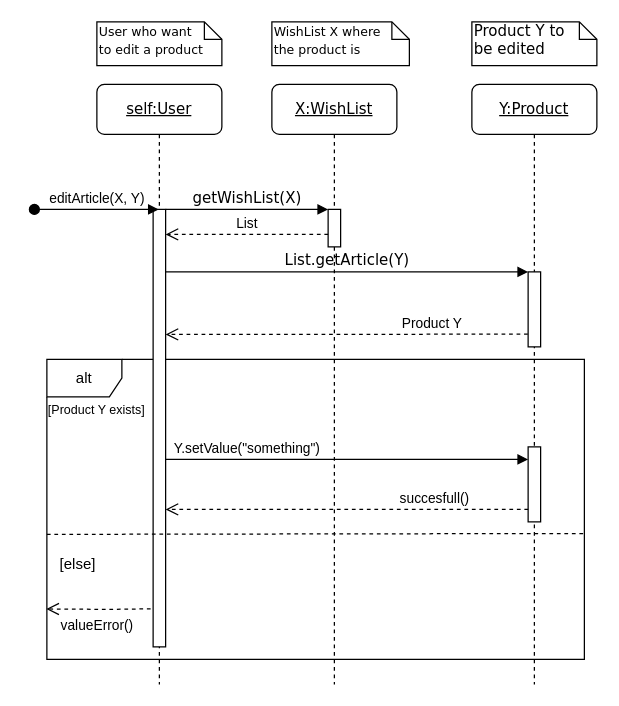
Before: Diagrammes/SequenceDiagrams/editArticle.drawio in NNepper/LSINF1225-2020-GroupeL1.1-WishList, a draw.io diagram. Source tidied: cells renumbered, new cells numbered last; positions are measured from the earlier drawing's top-left corner, leaving out a move shared by most shapes. Both pictures are drawn from the tidied source at 125%, with x=0, y=0 at pixel (34, 21).
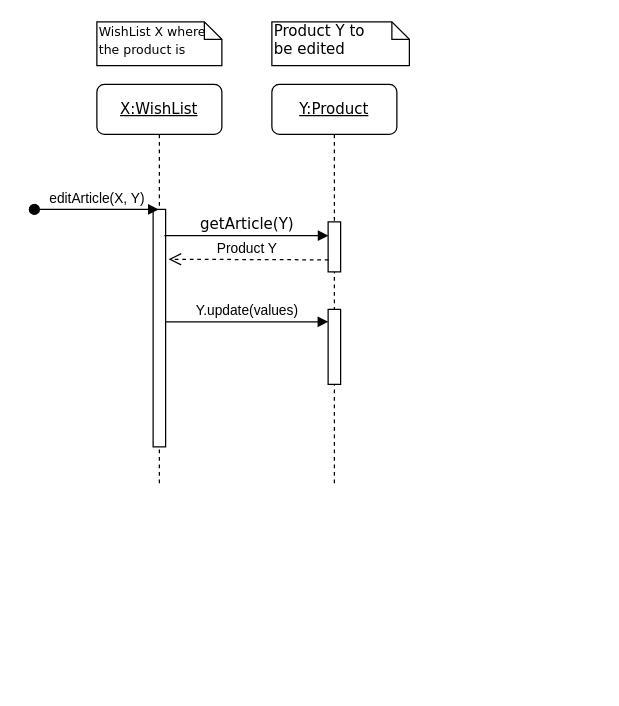
The same diagram, later.

Commit message (it also covers changes not shown here):
Adaptation avec la version actuelle, il est PEUT ETRE à revoir

The edit, as a diff of the source:
```diff
@@
-    <mxCell id="2" value="alt" style="shape=umlFrame;whiteSpace=wrap;html=1;" parent="1" vertex="1">
-      <mxGeometry x="10" y="270" width="430" height="240" as="geometry" />
-    </mxCell>
-    <mxCell id="3" value="&lt;u&gt;X:WishList&lt;/u&gt;" style="shape=umlLifeline;perimeter=lifelinePerimeter;whiteSpace=wrap;html=1;rounded=1;shadow=0;comic=0;labelBackgroundColor=none;strokeWidth=1;fontFamily=Verdana;fontSize=12;align=center;" parent="1" vertex="1">
-      <mxGeometry x="190" y="50" width="100" height="480" as="geometry" />
+    <mxCell id="3" value="&lt;u&gt;Y:Product&lt;/u&gt;" style="shape=umlLifeline;perimeter=lifelinePerimeter;whiteSpace=wrap;html=1;rounded=1;shadow=0;comic=0;labelBackgroundColor=none;strokeWidth=1;fontFamily=Verdana;fontSize=12;align=center;" parent="1" vertex="1">
+      <mxGeometry x="190" y="50" width="100" height="320" as="geometry" />
     </mxCell>
     <mxCell id="4" style="html=1;points=[];perimeter=orthogonalPerimeter;rounded=0;shadow=0;comic=0;labelBackgroundColor=none;strokeWidth=1;fontFamily=Verdana;fontSize=12;align=center;" parent="3" vertex="1">
-      <mxGeometry x="45" y="100" width="10" height="30" as="geometry" />
+      <mxGeometry x="45" y="110" width="10" height="40" as="geometry" />
     </mxCell>
-    <mxCell id="5" value="&lt;u&gt;Y:Product&lt;/u&gt;" style="shape=umlLifeline;perimeter=lifelinePerimeter;whiteSpace=wrap;html=1;rounded=1;shadow=0;comic=0;labelBackgroundColor=none;strokeWidth=1;fontFamily=Verdana;fontSize=12;align=center;" parent="1" vertex="1">
-      <mxGeometry x="350" y="50" width="100" height="480" as="geometry" />
-    </mxCell>
-    <mxCell id="6" style="html=1;points=[];perimeter=orthogonalPerimeter;rounded=0;shadow=0;comic=0;labelBackgroundColor=none;strokeWidth=1;fontFamily=Verdana;fontSize=12;align=center;" parent="5" vertex="1">
-      <mxGeometry x="45" y="150" width="10" height="60" as="geometry" />
-    </mxCell>
-    <mxCell id="7" style="html=1;points=[];perimeter=orthogonalPerimeter;rounded=0;shadow=0;comic=0;labelBackgroundColor=none;strokeWidth=1;fontFamily=Verdana;fontSize=12;align=center;" parent="5" vertex="1">
-      <mxGeometry x="45" y="290" width="10" height="60" as="geometry" />
+    <mxCell id="7" style="html=1;points=[];perimeter=orthogonalPerimeter;rounded=0;shadow=0;comic=0;labelBackgroundColor=none;strokeWidth=1;fontFamily=Verdana;fontSize=12;align=center;" parent="3" vertex="1">
+      <mxGeometry x="45" y="180" width="10" height="60" as="geometry" />
     </mxCell>
-    <mxCell id="8" value="&lt;u&gt;self:User&lt;/u&gt;" style="shape=umlLifeline;perimeter=lifelinePerimeter;whiteSpace=wrap;html=1;outlineConnect=0;rounded=1;shadow=0;comic=0;labelBackgroundColor=none;strokeWidth=1;fontFamily=Verdana;fontSize=12;align=center;" parent="1" vertex="1">
-      <mxGeometry x="50" y="50" width="100" height="480" as="geometry" />
+    <mxCell id="8" value="&lt;u&gt;X:WishList&lt;/u&gt;" style="shape=umlLifeline;perimeter=lifelinePerimeter;whiteSpace=wrap;html=1;outlineConnect=0;rounded=1;shadow=0;comic=0;labelBackgroundColor=none;strokeWidth=1;fontFamily=Verdana;fontSize=12;align=center;" parent="1" vertex="1">
+      <mxGeometry x="50" y="50" width="100" height="320" as="geometry" />
     </mxCell>
     <mxCell id="9" style="html=1;points=[];perimeter=orthogonalPerimeter;rounded=0;shadow=0;comic=0;labelBackgroundColor=none;strokeWidth=1;fontFamily=Verdana;fontSize=12;align=center;" parent="8" vertex="1">
-      <mxGeometry x="45" y="100" width="10" height="350" as="geometry" />
+      <mxGeometry x="45" y="100" width="10" height="190" as="geometry" />
     </mxCell>
-    <mxCell id="10" value="getWishList(X)" style="html=1;verticalAlign=bottom;endArrow=block;entryX=0;entryY=0;labelBackgroundColor=none;fontFamily=Verdana;fontSize=12;edgeStyle=elbowEdgeStyle;elbow=vertical;" parent="1" edge="1" source="9" target="4">
-      <mxGeometry relative="1" as="geometry" />
-    </mxCell>
-    <mxCell id="11" value="List.getArticle(Y)" style="html=1;verticalAlign=bottom;endArrow=block;labelBackgroundColor=none;fontFamily=Verdana;fontSize=12;edgeStyle=elbowEdgeStyle;elbow=vertical;" parent="1" edge="1" source="9">
+    <mxCell id="11" value="getArticle(Y)" style="html=1;verticalAlign=bottom;endArrow=block;labelBackgroundColor=none;fontFamily=Verdana;fontSize=12;edgeStyle=elbowEdgeStyle;elbow=vertical;entryX=0.033;entryY=0.274;entryDx=0;entryDy=0;entryPerimeter=0;" parent="1" edge="1" target="4">
       <mxGeometry relative="1" as="geometry">
-        <mxPoint x="395" y="200" as="targetPoint" />
+        <mxPoint x="104" y="171" as="sourcePoint" />
         <Array as="points">
-          <mxPoint x="150" y="200" />
+          <mxPoint x="210" y="171" />
           <mxPoint x="270" y="190" />
         </Array>
       </mxGeometry>
     </mxCell>
-    <mxCell id="12" value="&lt;font style=&quot;font-size: 10px&quot;&gt;User who want &lt;br&gt;to edit a product&lt;/font&gt;" style="shape=note;whiteSpace=wrap;html=1;size=14;verticalAlign=top;align=left;spacingTop=-6;rounded=0;shadow=0;comic=0;labelBackgroundColor=none;strokeWidth=1;fontFamily=Verdana;fontSize=12;" parent="1" vertex="1">
+    <mxCell id="12" value="&lt;span style=&quot;font-size: 10px&quot;&gt;WishList X where&amp;nbsp;&lt;/span&gt;&lt;br style=&quot;font-size: 10px&quot;&gt;&lt;span style=&quot;font-size: 10px&quot;&gt;the product is&amp;nbsp;&lt;/span&gt;" style="shape=note;whiteSpace=wrap;html=1;size=14;verticalAlign=top;align=left;spacingTop=-6;rounded=0;shadow=0;comic=0;labelBackgroundColor=none;strokeWidth=1;fontFamily=Verdana;fontSize=12;" parent="1" vertex="1">
       <mxGeometry x="50" width="100" height="35" as="geometry" />
     </mxCell>
-    <mxCell id="13" value="&lt;font style=&quot;font-size: 10px&quot;&gt;WishList X where &lt;br&gt;the product is&amp;nbsp;&lt;/font&gt;" style="shape=note;whiteSpace=wrap;html=1;size=14;verticalAlign=top;align=left;spacingTop=-6;rounded=0;shadow=0;comic=0;labelBackgroundColor=none;strokeWidth=1;fontFamily=Verdana;fontSize=12;" parent="1" vertex="1">
+    <mxCell id="13" value="&lt;span&gt;Product Y to&amp;nbsp;&lt;/span&gt;&lt;br&gt;&lt;span&gt;be edited&lt;/span&gt;" style="shape=note;whiteSpace=wrap;html=1;size=14;verticalAlign=top;align=left;spacingTop=-6;rounded=0;shadow=0;comic=0;labelBackgroundColor=none;strokeWidth=1;fontFamily=Verdana;fontSize=12;" parent="1" vertex="1">
       <mxGeometry x="190" width="110" height="35" as="geometry" />
     </mxCell>
-    <mxCell id="14" value="Product Y to&amp;nbsp;&lt;br&gt;be edited" style="shape=note;whiteSpace=wrap;html=1;size=14;verticalAlign=top;align=left;spacingTop=-6;rounded=0;shadow=0;comic=0;labelBackgroundColor=none;strokeWidth=1;fontFamily=Verdana;fontSize=12;" parent="1" vertex="1">
-      <mxGeometry x="350" width="100" height="35" as="geometry" />
-    </mxCell>
+    <mxCell id="16" value="Y.update(values)" style="html=1;verticalAlign=bottom;endArrow=block;entryX=0.019;entryY=0.165;entryDx=0;entryDy=0;entryPerimeter=0;" parent="1" edge="1" target="7">
+      <mxGeometry relative="1" as="geometry">
+        <mxPoint x="105" y="240" as="sourcePoint" />
+      </mxGeometry>
+    </mxCell>
+    <mxCell id="22" value="editArticle(X, Y)" style="html=1;verticalAlign=bottom;startArrow=oval;startFill=1;endArrow=block;startSize=8;" parent="1" edge="1" target="8">
+      <mxGeometry relative="1" as="geometry">
+        <mxPoint y="150" as="sourcePoint" />
+      </mxGeometry>
+    </mxCell>
-    <mxCell id="15" value="Product Y" style="html=1;verticalAlign=bottom;endArrow=open;dashed=1;endSize=8;exitX=-0.025;exitY=0.831;exitDx=0;exitDy=0;exitPerimeter=0;" parent="1" edge="1" source="6">
-      <mxGeometry x="-0.47" relative="1" as="geometry">
-        <mxPoint x="105" y="250" as="targetPoint" />
-      </mxGeometry>
+    <mxCell id="15" value="Product Y" style="html=1;verticalAlign=bottom;endArrow=open;dashed=1;endSize=8;exitX=0.033;exitY=0.76;exitDx=0;exitDy=0;exitPerimeter=0;entryX=1.236;entryY=0.21;entryDx=0;entryDy=0;entryPerimeter=0;" parent="1" edge="1" source="4" target="9">
+      <mxGeometry x="0.02" relative="1" as="geometry" />
     </mxCell>
-    <mxCell id="16" value="Y.setValue(&quot;something&quot;)" style="html=1;verticalAlign=bottom;endArrow=block;" parent="1" edge="1">
-      <mxGeometry x="-0.55" relative="1" as="geometry">
-        <mxPoint x="105" y="350" as="sourcePoint" />
-        <mxPoint x="395" y="350" as="targetPoint" />
-      </mxGeometry>
-    </mxCell>
-    <mxCell id="17" value="succesfull()" style="html=1;verticalAlign=bottom;endArrow=open;dashed=1;endSize=8;" parent="1" edge="1">
-      <mxGeometry x="-0.48" relative="1" as="geometry">
-        <mxPoint x="395" y="390" as="sourcePoint" />
-        <mxPoint x="105" y="390" as="targetPoint" />
-      </mxGeometry>
-    </mxCell>
-    <mxCell id="18" style="endArrow=none;dashed=1;html=1;exitX=0;exitY=0.471;exitDx=0;exitDy=0;exitPerimeter=0;entryX=1;entryY=0.468;entryDx=0;entryDy=0;entryPerimeter=0;" parent="1" edge="1">
-      <mxGeometry relative="1" as="geometry">
-        <mxPoint x="10" y="410" as="sourcePoint" />
-        <mxPoint x="440" y="409.3" as="targetPoint" />
-      </mxGeometry>
-    </mxCell>
-    <mxCell id="19" value="valueError()" style="html=1;verticalAlign=top;endArrow=open;dashed=1;endSize=8;labelPosition=center;verticalLabelPosition=bottom;align=center;labelBackgroundColor=none;entryX=-0.001;entryY=0.832;entryDx=0;entryDy=0;entryPerimeter=0;exitX=-0.2;exitY=0.913;exitDx=0;exitDy=0;exitPerimeter=0;" parent="1" edge="1" source="9" target="2">
-      <mxGeometry x="0.03" relative="1" as="geometry">
-        <Array as="points">
-          <mxPoint x="60" y="470" />
-        </Array>
-      </mxGeometry>
-    </mxCell>
-    <mxCell id="20" value="&lt;font style=&quot;font-size: 10px&quot;&gt;[Product Y exists]&lt;/font&gt;" style="text;html=1;strokeColor=none;fillColor=none;align=center;verticalAlign=middle;whiteSpace=wrap;rounded=0;" parent="1" vertex="1">
-      <mxGeometry x="10" y="300" width="80" height="20" as="geometry" />
-    </mxCell>
-    <mxCell id="21" value="[else]" style="text;html=1;strokeColor=none;fillColor=none;align=center;verticalAlign=middle;whiteSpace=wrap;rounded=0;" parent="1" vertex="1">
-      <mxGeometry x="10" y="423.5" width="50" height="20" as="geometry" />
-    </mxCell>
-    <mxCell id="22" value="editArticle(X, Y)" style="html=1;verticalAlign=bottom;startArrow=oval;startFill=1;endArrow=block;startSize=8;" parent="1" edge="1" target="8">
-      <mxGeometry relative="1" as="geometry">
-        <mxPoint y="150" as="sourcePoint" />
-      </mxGeometry>
-    </mxCell>
-    <mxCell id="23" value="List" style="html=1;verticalAlign=bottom;endArrow=open;dashed=1;endSize=8;" parent="1" edge="1" source="4" target="9">
-      <mxGeometry relative="1" as="geometry">
-        <Array as="points">
-          <mxPoint x="140" y="170" />
-        </Array>
-      </mxGeometry>
-    </mxCell>
```
